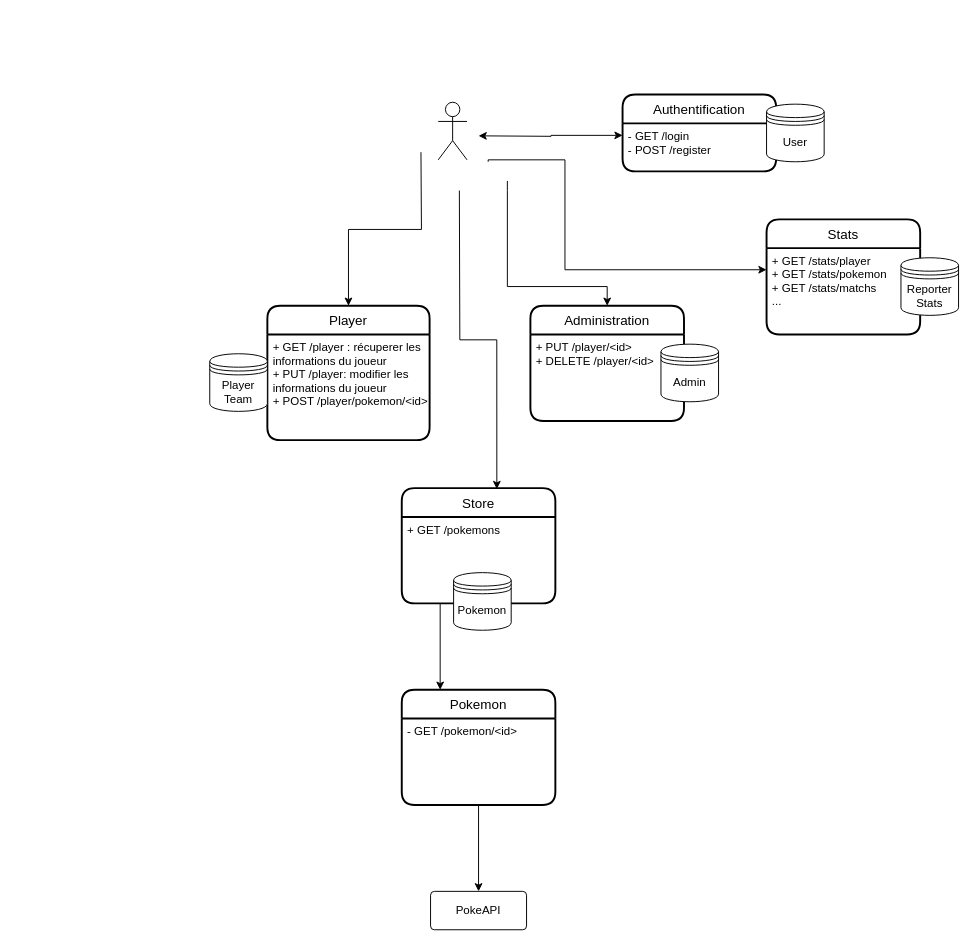
Above: page "Page-1" (1 of 2) of doc/diagram.drawio in Hugov8/pokefumi-micros-services (draw.io), before the change. Source tidied: cells renumbered, new cells numbered last; positions are measured from the earlier drawing's top-left corner, leaving out a move shared by most shapes. Both pictures are drawn from the tidied source at 96%, with x=0, y=0 at pixel (209, 94).
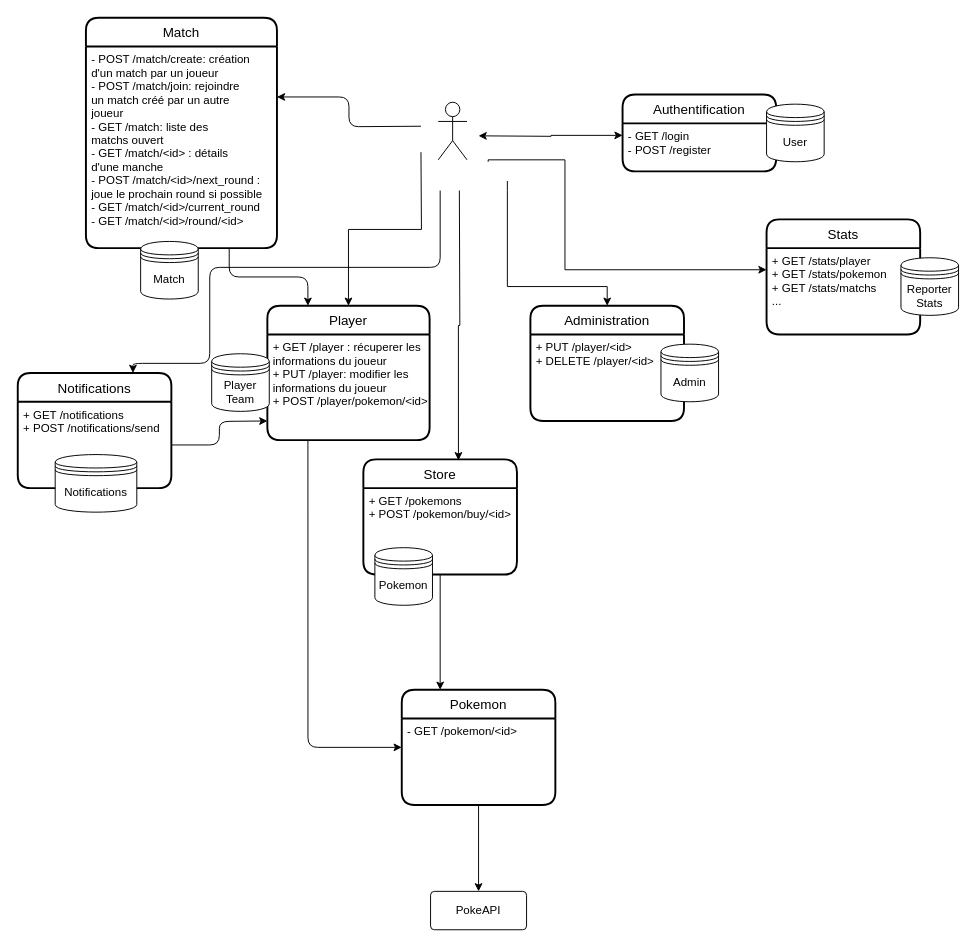
The same page after the edit.

Unchanged cells that the change refers to:
```xml
<mxCell id="10" value="Player" style="swimlane;horizontal=1;startSize=30;rounded=1;fontSize=14;fontStyle=0;strokeWidth=2;shadow=0;dashed=0;align=center;" parent="1" vertex="1">
  <mxGeometry x="60" y="220" width="169" height="140" as="geometry" />
</mxCell>
<mxCell id="11" value="+ GET /player : récuperer les&#10;informations du joueur&#10;+ PUT /player: modifier les &#10;informations du joueur&#10;+ POST /player/pokemon/&lt;id&gt;&#10;&#10;" style="align=left;strokeColor=none;fillColor=none;spacingLeft=4;fontSize=12;verticalAlign=top;" parent="10" vertex="1">
  <mxGeometry y="30" width="169" height="110" as="geometry" />
</mxCell>
<mxCell id="24" value="Pokemon" style="swimlane;horizontal=1;startSize=30;rounded=1;fontSize=14;fontStyle=0;strokeWidth=2;shadow=0;dashed=0;align=center;" parent="1" vertex="1">
  <mxGeometry x="200" y="620" width="160" height="120" as="geometry" />
</mxCell>
```

The edit, as a diff of the source:
```diff
@@
+    <mxCell id="29" style="edgeStyle=orthogonalEdgeStyle;html=1;entryX=1;entryY=0.25;entryDx=0;entryDy=0;" parent="1" edge="1" target="34">
+      <mxGeometry relative="1" as="geometry">
+        <mxPoint x="220" y="33" as="sourcePoint" />
+      </mxGeometry>
+    </mxCell>
+    <mxCell id="30" style="edgeStyle=orthogonalEdgeStyle;html=1;entryX=0.75;entryY=0;entryDx=0;entryDy=0;" parent="1" edge="1" target="36">
+      <mxGeometry relative="1" as="geometry">
+        <mxPoint x="240" y="100" as="sourcePoint" />
+        <Array as="points">
+          <mxPoint x="240" y="180" />
+          <mxPoint y="180" />
+          <mxPoint y="280" />
+          <mxPoint x="-80" y="280" />
+        </Array>
+      </mxGeometry>
+    </mxCell>
@@
     <mxCell id="19" value="Player&lt;br&gt;Team" style="shape=datastore;whiteSpace=wrap;html=1;" parent="1" vertex="1">
-      <mxGeometry y="270" width="60" height="60" as="geometry" />
+      <mxGeometry x="2" y="270" width="60" height="60" as="geometry" />
     </mxCell>
-    <mxCell id="20" style="edgeStyle=none;rounded=0;jettySize=auto;html=1;exitX=0;exitY=0.5;exitDx=0;exitDy=0;startArrow=none;startFill=0;endArrow=classic;endFill=1;" parent="1" edge="1" source="21">
-      <mxGeometry relative="1" as="geometry">
-        <mxPoint x="200" y="470" as="targetPoint" />
-      </mxGeometry>
-    </mxCell>
     <mxCell id="21" value="Store" style="swimlane;horizontal=1;startSize=30;rounded=1;fontSize=14;fontStyle=0;strokeWidth=2;shadow=0;dashed=0;align=center;" parent="1" vertex="1">
-      <mxGeometry x="200" y="410" width="160" height="120" as="geometry" />
+      <mxGeometry x="160" y="380" width="160" height="120" as="geometry" />
     </mxCell>
-    <mxCell id="22" value="+ GET /pokemons&#10;" style="align=left;strokeColor=none;fillColor=none;spacingLeft=4;fontSize=12;verticalAlign=top;" parent="21" vertex="1">
-      <mxGeometry y="30" width="160" height="90" as="geometry" />
-    </mxCell>
+    <mxCell id="31" value="+ GET /pokemons&#10;+ POST /pokemon/buy/&lt;id&gt;" style="align=left;strokeColor=none;fillColor=none;spacingLeft=4;fontSize=12;verticalAlign=top;" parent="21" vertex="1">
+      <mxGeometry y="30" width="160" height="90" as="geometry" />
+    </mxCell>
     <mxCell id="23" value="&lt;div&gt;Pokemon&lt;/div&gt;" style="shape=datastore;whiteSpace=wrap;html=1;" parent="1" vertex="1">
-      <mxGeometry x="254" y="498" width="60" height="60" as="geometry" />
+      <mxGeometry x="172" y="472" width="60" height="60" as="geometry" />
     </mxCell>
@@
-    <mxCell id="26" style="edgeStyle=none;html=1;exitX=0.25;exitY=1;exitDx=0;exitDy=0;entryX=0.25;entryY=0;entryDx=0;entryDy=0;" parent="1" edge="1" source="22" target="24">
-      <mxGeometry relative="1" as="geometry" />
+    <mxCell id="26" style="edgeStyle=none;html=1;exitX=0.25;exitY=1;exitDx=0;exitDy=0;entryX=0.25;entryY=0;entryDx=0;entryDy=0;" parent="1" edge="1" target="24">
+      <mxGeometry relative="1" as="geometry">
+        <mxPoint x="240" y="500" as="sourcePoint" />
+      </mxGeometry>
     </mxCell>
@@
+    <mxCell id="32" style="edgeStyle=orthogonalEdgeStyle;html=1;exitX=0.25;exitY=1;exitDx=0;exitDy=0;entryX=0;entryY=0.5;entryDx=0;entryDy=0;" parent="1" edge="1" source="11" target="24">
+      <mxGeometry relative="1" as="geometry" />
+    </mxCell>
+    <mxCell id="33" value="Match" style="swimlane;horizontal=1;startSize=30;rounded=1;fontSize=14;fontStyle=0;strokeWidth=2;shadow=0;dashed=0;align=center;" parent="1" vertex="1">
+      <mxGeometry x="-129" y="-80" width="199" height="240" as="geometry" />
+    </mxCell>
+    <mxCell id="34" value="- POST /match/create: création&#10;d'un match par un joueur&#10;- POST /match/join: rejoindre&#10;un match créé par un autre &#10;joueur&#10;- GET /match: liste des&#10;matchs ouvert&#10;- GET /match/&lt;id&gt; : détails &#10;d'une manche&#10;- POST /match/&lt;id&gt;/next_round :&#10;joue le prochain round si possible&#10;- GET /match/&lt;id&gt;/current_round&#10;- GET /match/&lt;id&gt;/round/&lt;id&gt;" style="align=left;strokeColor=none;fillColor=none;spacingLeft=4;fontSize=12;verticalAlign=top;" parent="33" vertex="1">
+      <mxGeometry y="30" width="199" height="210" as="geometry" />
+    </mxCell>
+    <mxCell id="35" value="Match" style="shape=datastore;whiteSpace=wrap;html=1;" parent="1" vertex="1">
+      <mxGeometry x="-72" y="153" width="60" height="60" as="geometry" />
+    </mxCell>
+    <mxCell id="36" value="Notifications" style="swimlane;horizontal=1;startSize=30;rounded=1;fontSize=14;fontStyle=0;strokeWidth=2;shadow=0;dashed=0;align=center;" parent="1" vertex="1">
+      <mxGeometry x="-200" y="290" width="160" height="120" as="geometry" />
+    </mxCell>
+    <mxCell id="37" value="+ GET /notifications&#10;+ POST /notifications/send" style="align=left;strokeColor=none;fillColor=none;spacingLeft=4;fontSize=12;verticalAlign=top;" parent="36" vertex="1">
+      <mxGeometry y="30" width="160" height="90" as="geometry" />
+    </mxCell>
+    <mxCell id="38" value="Notifications" style="shape=datastore;whiteSpace=wrap;html=1;" parent="1" vertex="1">
+      <mxGeometry x="-161" y="375" width="85" height="60" as="geometry" />
+    </mxCell>
+    <mxCell id="39" style="edgeStyle=orthogonalEdgeStyle;html=1;exitX=0.75;exitY=1;exitDx=0;exitDy=0;entryX=0.25;entryY=0;entryDx=0;entryDy=0;" parent="1" edge="1" source="34" target="10">
+      <mxGeometry relative="1" as="geometry" />
+    </mxCell>
+    <mxCell id="40" style="edgeStyle=orthogonalEdgeStyle;html=1;exitX=1;exitY=0.5;exitDx=0;exitDy=0;" parent="1" edge="1" source="37">
+      <mxGeometry relative="1" as="geometry">
+        <mxPoint x="60" y="340" as="targetPoint" />
+      </mxGeometry>
+    </mxCell>
```
